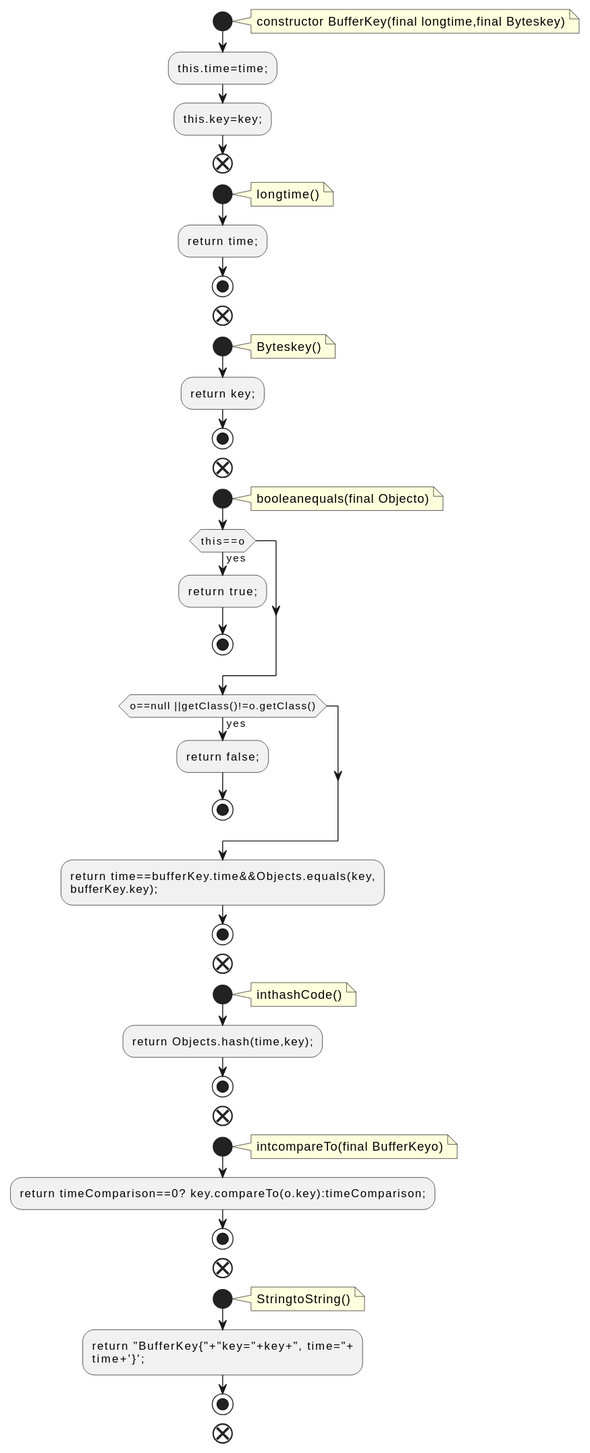
qualitesys/kafka keeps this PlantUML diagram as docs/qc/streams/src/main/java/org/apache/kafka/streams/state/internals/BufferKey.java.fct.svg. Above is the earlier version.
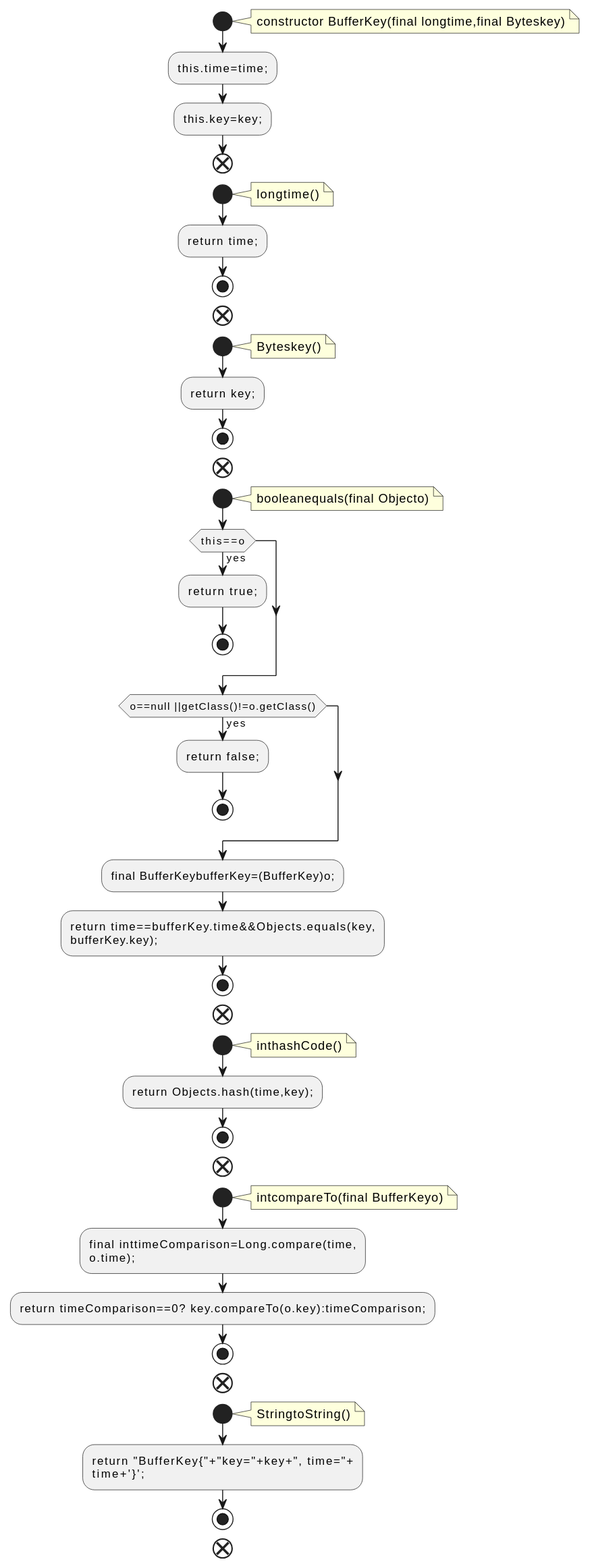
After the change.

What changed in the source:
```diff
@@ -33,6 +33,7 @@
 :return false;;
 stop
 endif
+:final BufferKeybufferKey=(BufferKey)o;;
 :return time==bufferKey.time&&Objects.equals(key,
 bufferKey.key);;
 stop
@@ -48,6 +49,8 @@
 note right
 intcompareTo(final BufferKeyo)
 end note
+:final inttimeComparison=Long.compare(time,
+o.time);;
 :return timeComparison==0? key.compareTo(o.key):timeComparison;;
 stop
 end
```
